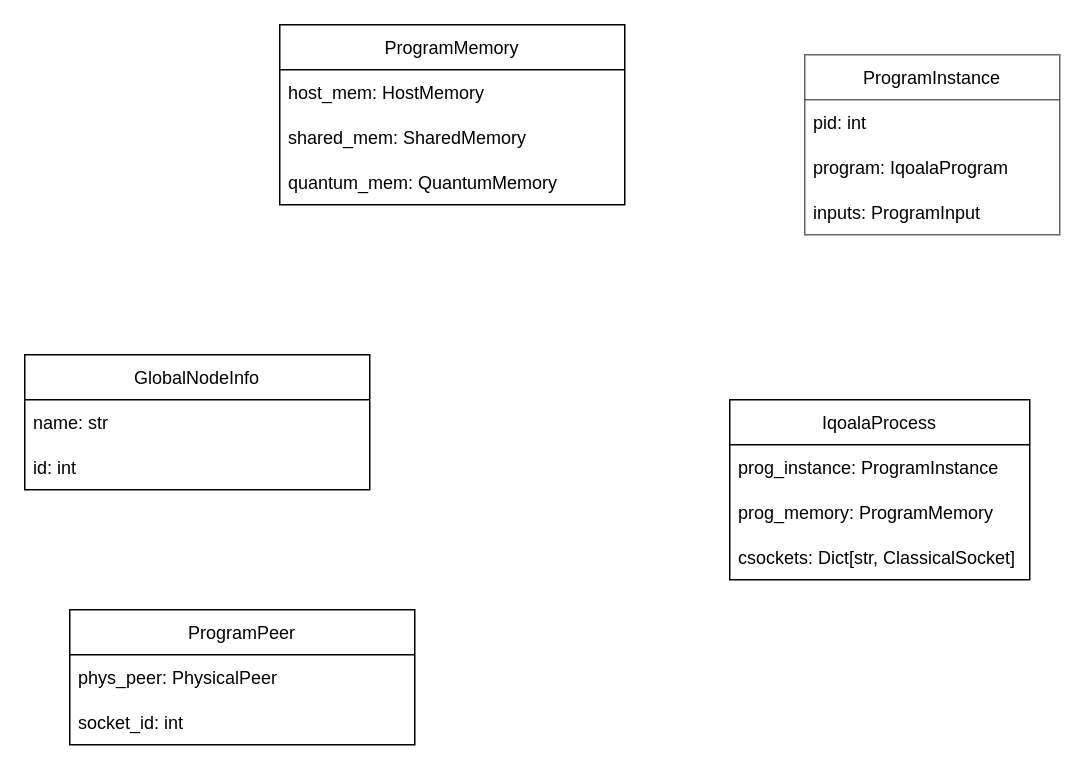
This is squidasm/qoala/arch/runtime_classes.drawio from QuTech-Delft/squidasm, a draw.io file, before an edit. Source tidied: cells renumbered, new cells numbered last; positions are measured from the earlier drawing's top-left corner, leaving out a move shared by most shapes. Both pictures are drawn from the tidied source at 150%, with x=0, y=0 at pixel (24, 24).
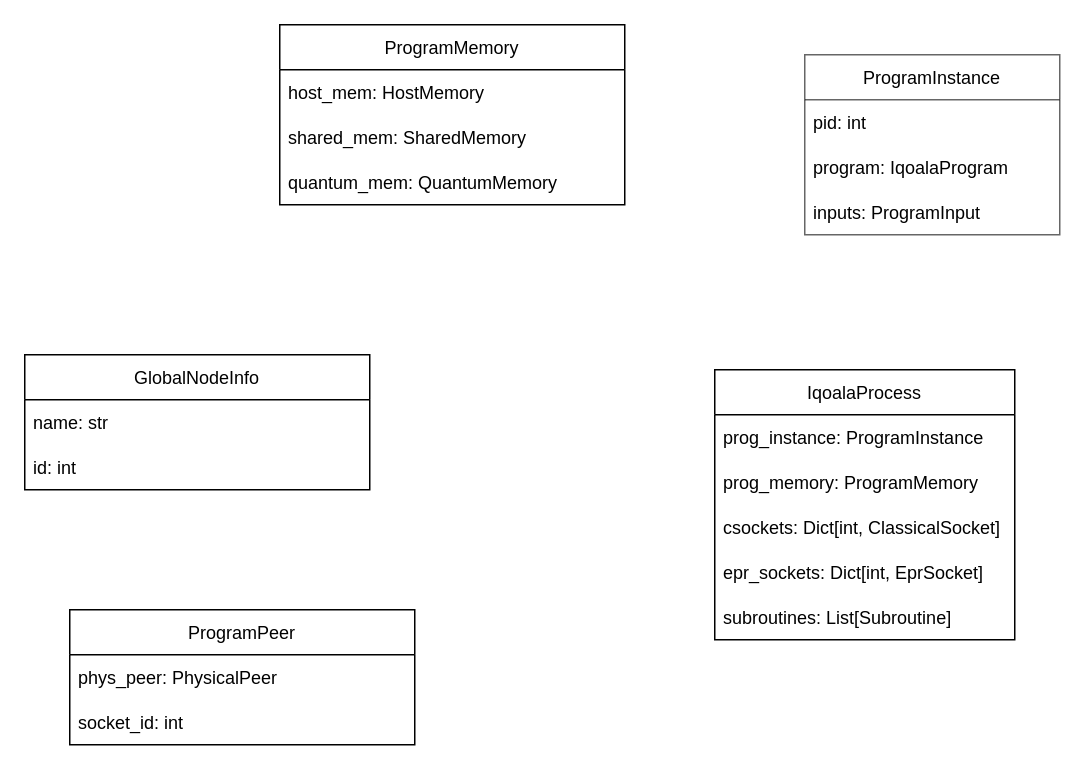
After the change.

The edit, as a diff of the source:
```diff
@@
     <mxCell id="6" value="IqoalaProcess" style="swimlane;fontStyle=0;horizontal=1;startSize=30;" parent="1" vertex="1">
-      <mxGeometry x="470" y="250" width="200" height="120" as="geometry" />
+      <mxGeometry x="460" y="230" width="200" height="180" as="geometry" />
     </mxCell>
@@
-    <mxCell id="9" value="csockets: Dict[str, ClassicalSocket]" style="text;strokeColor=none;fillColor=none;align=left;verticalAlign=middle;spacingLeft=4;spacingRight=4;overflow=hidden;" parent="6" vertex="1">
+    <mxCell id="9" value="csockets: Dict[int, ClassicalSocket]" style="text;strokeColor=none;fillColor=none;align=left;verticalAlign=middle;spacingLeft=4;spacingRight=4;overflow=hidden;" parent="6" vertex="1">
       <mxGeometry y="90" width="200" height="30" as="geometry" />
     </mxCell>
+    <mxCell id="20" value="epr_sockets: Dict[int, EprSocket]" style="text;strokeColor=none;fillColor=none;align=left;verticalAlign=middle;spacingLeft=4;spacingRight=4;overflow=hidden;" parent="6" vertex="1">
+      <mxGeometry y="120" width="200" height="30" as="geometry" />
+    </mxCell>
+    <mxCell id="21" value="subroutines: List[Subroutine]" style="text;strokeColor=none;fillColor=none;align=left;verticalAlign=middle;spacingLeft=4;spacingRight=4;overflow=hidden;" parent="6" vertex="1">
+      <mxGeometry y="150" width="200" height="30" as="geometry" />
+    </mxCell>
```
